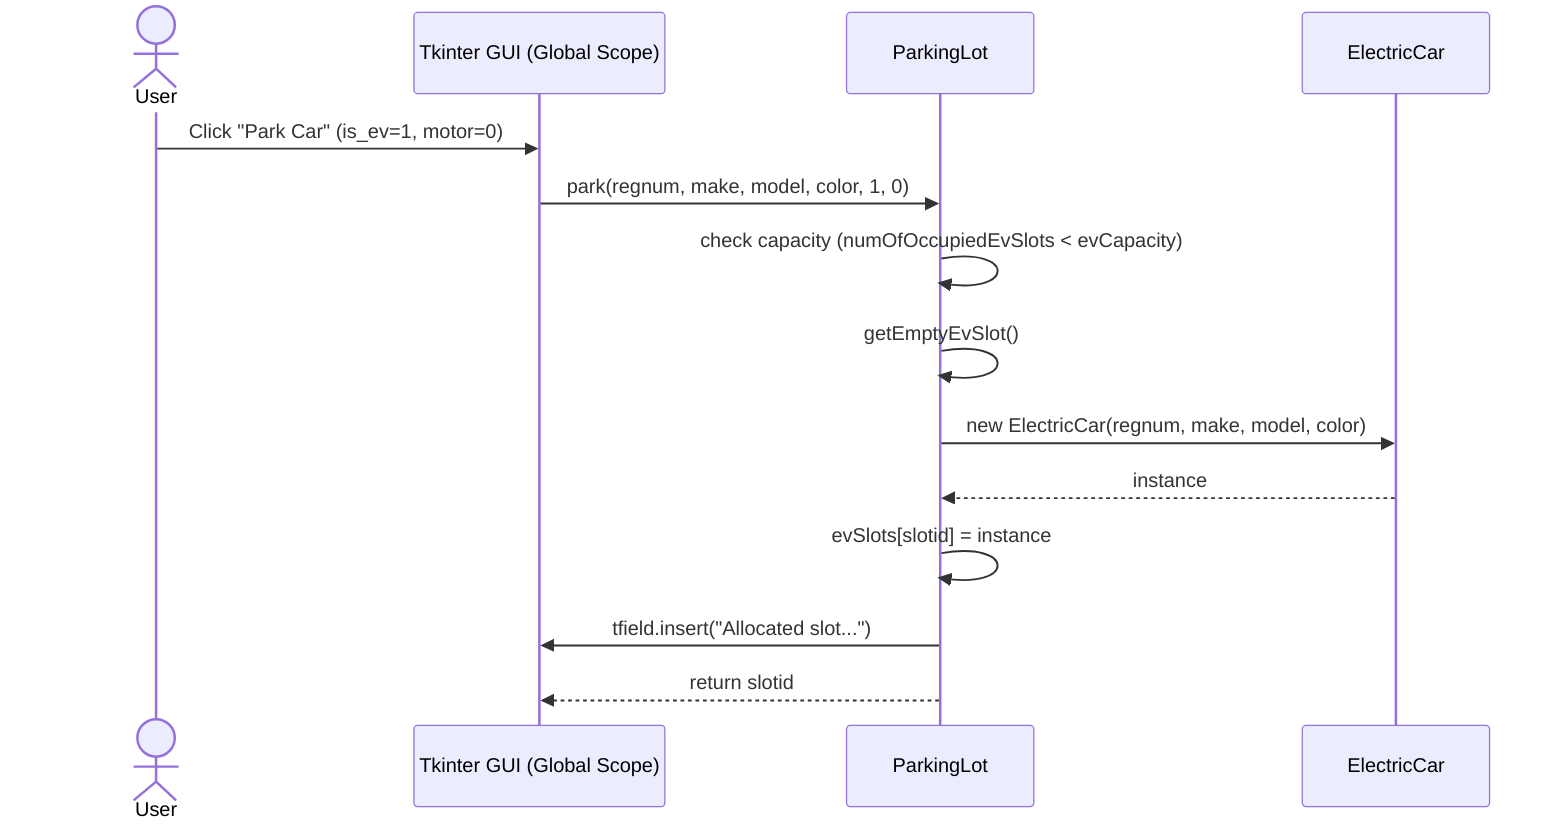
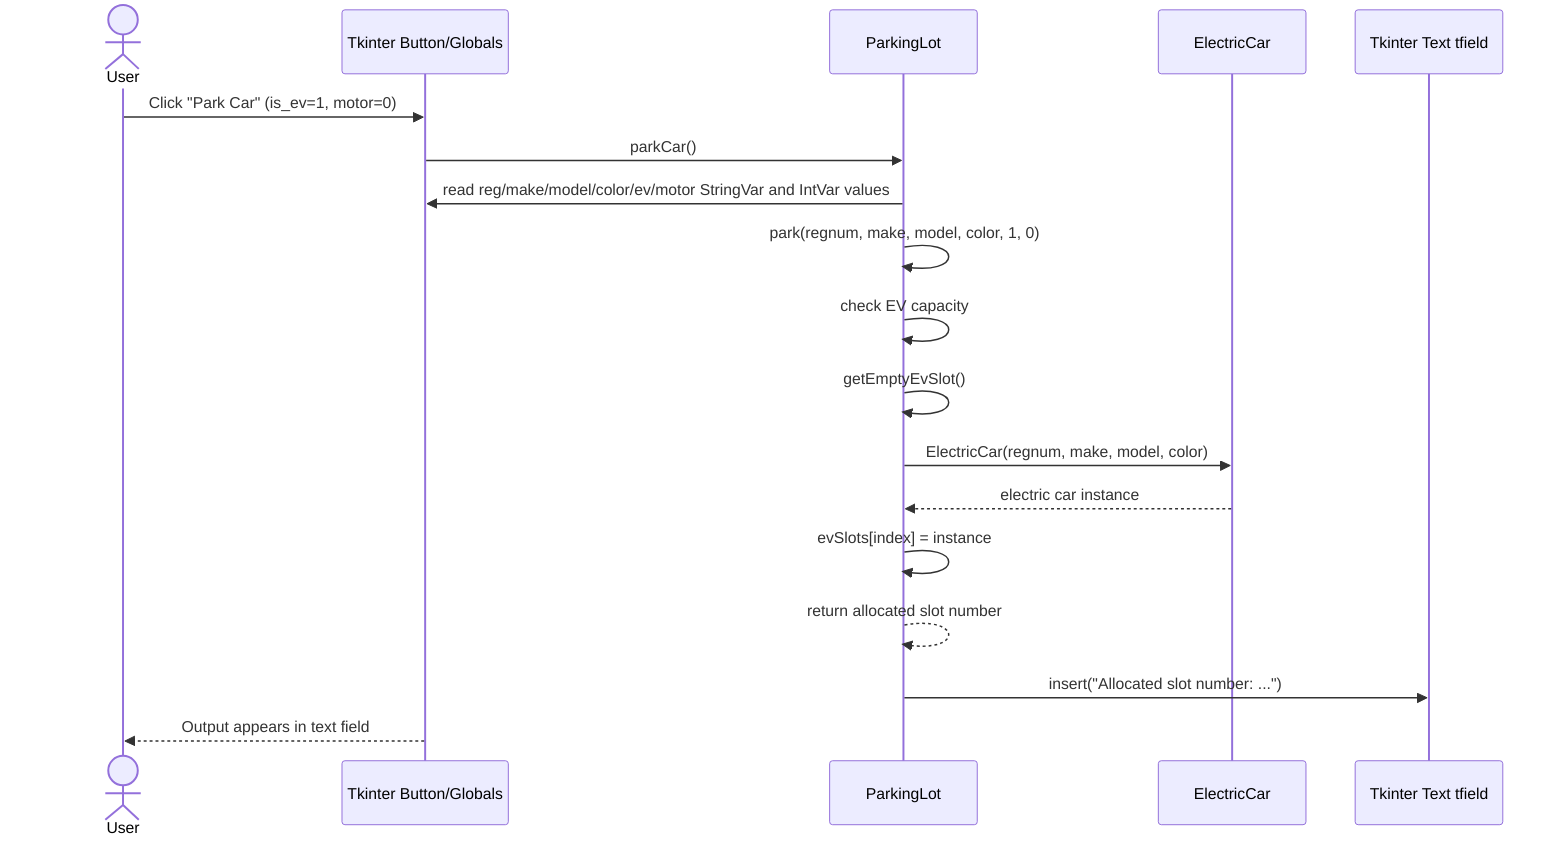
sequenceDiagram
    actor User
-     participant GUI as Tkinter GUI (Global Scope)
+     participant GUI as Tkinter Button/Globals
    participant PL as ParkingLot
    participant EC as ElectricCar
+     participant TF as Tkinter Text tfield

    User->>GUI: Click "Park Car" (is_ev=1, motor=0)
-     GUI->>PL: park(regnum, make, model, color, 1, 0)
-     PL->>PL: check capacity (numOfOccupiedEvSlots < evCapacity)
+     GUI->>PL: parkCar()
+     PL->>GUI: read reg/make/model/color/ev/motor StringVar and IntVar values
+     PL->>PL: park(regnum, make, model, color, 1, 0)
+     PL->>PL: check EV capacity
    PL->>PL: getEmptyEvSlot()
-     PL->>EC: new ElectricCar(regnum, make, model, color)
-     EC-->>PL: instance
-     PL->>PL: evSlots[slotid] = instance
-     PL->>GUI: tfield.insert("Allocated slot...")
-     PL-->>GUI: return slotid
+     PL->>EC: ElectricCar(regnum, make, model, color)
+     EC-->>PL: electric car instance
+     PL->>PL: evSlots[index] = instance
+     PL-->>PL: return allocated slot number
+     PL->>TF: insert("Allocated slot number: ...")
+     GUI-->>User: Output appears in text field
